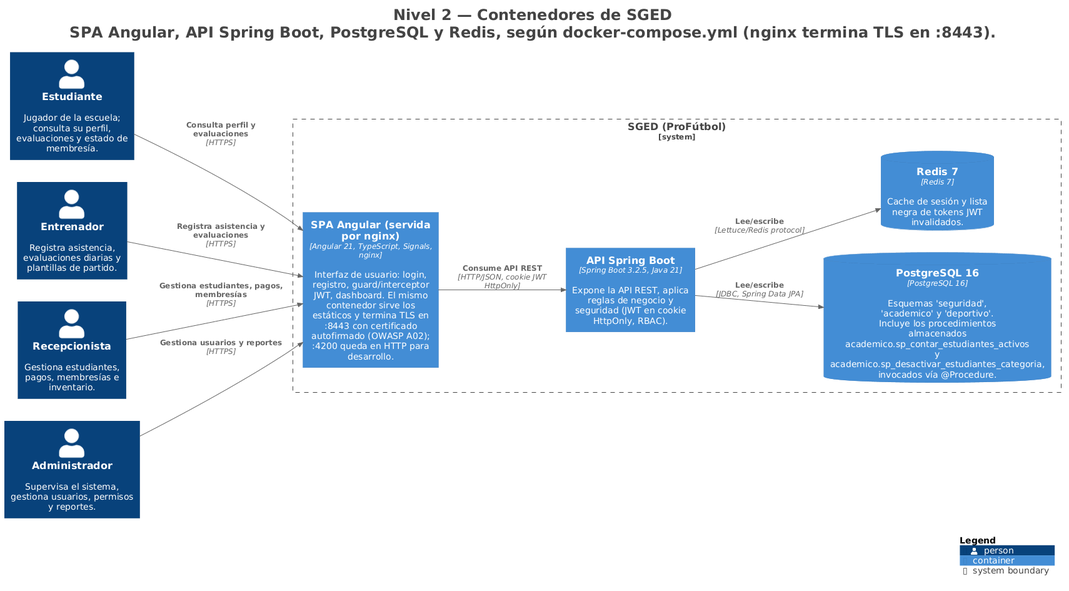
The PlantUML diagram docs/arquitectura/L2-contenedores.png in DarwinSM21/SGED_APPWEB, before a commit.
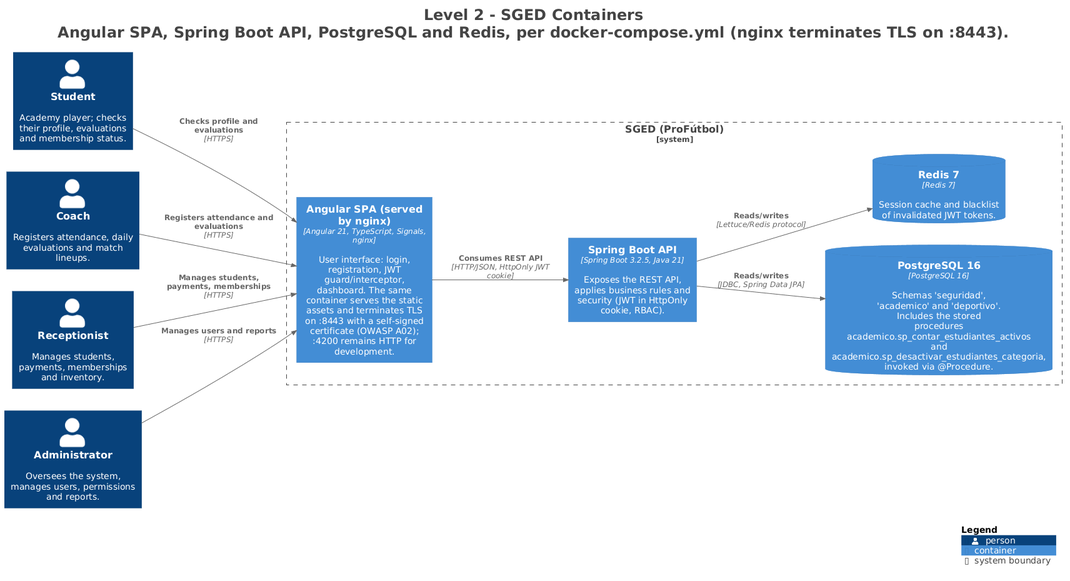
After the change.

Diff of the diagram source:
```diff
@@ -1,5 +1,5 @@
 @startuml
-title <size:24>Nivel 2 — Contenedores de SGED</size>\n<size:24>SPA Angular, API Spring Boot, PostgreSQL y Redis, según docker-compose.yml (nginx termina TLS en :8443).</size>
+title <size:24>Level 2 - SGED Containers</size>\n<size:24>Angular SPA, Spring Boot API, PostgreSQL and Redis, per docker-compose.yml (nginx terminates TLS on :8443).</size>
 
 set separator none
 left to right direction
@@ -15,25 +15,25 @@
 !include <C4/C4_Context>
 !include <C4/C4_Container>
 
-Person(Estudiante, "Estudiante", $descr="Jugador de la escuela; consulta su perfil, evaluaciones y estado de membresía.", $tags="", $link="")
-Person(Entrenador, "Entrenador", $descr="Registra asistencia, evaluaciones diarias y plantillas de partido.", $tags="", $link="")
-Person(Recepcionista, "Recepcionista", $descr="Gestiona estudiantes, pagos, membresías e inventario.", $tags="", $link="")
-Person(Administrador, "Administrador", $descr="Supervisa el sistema, gestiona usuarios, permisos y reportes.", $tags="", $link="")
+Person(Student, "Student", $descr="Academy player; checks their profile, evaluations and membership status.", $tags="", $link="")
+Person(Coach, "Coach", $descr="Registers attendance, daily evaluations and match lineups.", $tags="", $link="")
+Person(Receptionist, "Receptionist", $descr="Manages students, payments, memberships and inventory.", $tags="", $link="")
+Person(Administrator, "Administrator", $descr="Oversees the system, manages users, permissions and reports.", $tags="", $link="")
 
 System_Boundary("SGEDProFútbol_boundary", "SGED (ProFútbol)", $tags="") {
-  ContainerDb(SGEDProFútbol.PostgreSQL16, "PostgreSQL 16", $techn="PostgreSQL 16", $descr="Esquemas 'seguridad', 'academico' y 'deportivo'. Incluye los procedimientos almacenados academico.sp_contar_estudiantes_activos y academico.sp_desactivar_estudiantes_categoria, invocados vía @Procedure.", $tags="", $link="")
-  ContainerDb(SGEDProFútbol.Redis7, "Redis 7", $techn="Redis 7", $descr="Cache de sesión y lista negra de tokens JWT invalidados.", $tags="", $link="")
-  Container(SGEDProFútbol.SPAAngularservidapornginx, "SPA Angular (servida por nginx)", $techn="Angular 21, TypeScript, Signals, nginx", $descr="Interfaz de usuario: login, registro, guard/interceptor JWT, dashboard. El mismo contenedor sirve los estáticos y termina TLS en :8443 con certificado autofirmado (OWASP A02); :4200 queda en HTTP para desarrollo.", $tags="", $link="")
-  Container(SGEDProFútbol.APISpringBoot, "API Spring Boot", $techn="Spring Boot 3.2.5, Java 21", $descr="Expone la API REST, aplica reglas de negocio y seguridad (JWT en cookie HttpOnly, RBAC).", $tags="", $link="")
+  ContainerDb(SGEDProFútbol.PostgreSQL16, "PostgreSQL 16", $techn="PostgreSQL 16", $descr="Schemas 'seguridad', 'academico' and 'deportivo'. Includes the stored procedures academico.sp_contar_estudiantes_activos and academico.sp_desactivar_estudiantes_categoria, invoked via @Procedure.", $tags="", $link="")
+  ContainerDb(SGEDProFútbol.Redis7, "Redis 7", $techn="Redis 7", $descr="Session cache and blacklist of invalidated JWT tokens.", $tags="", $link="")
+  Container(SGEDProFútbol.AngularSPAservedbynginx, "Angular SPA (served by nginx)", $techn="Angular 21, TypeScript, Signals, nginx", $descr="User interface: login, registration, JWT guard/interceptor, dashboard. The same container serves the static assets and terminates TLS on :8443 with a self-signed certificate (OWASP A02); :4200 remains HTTP for development.", $tags="", $link="")
+  Container(SGEDProFútbol.SpringBootAPI, "Spring Boot API", $techn="Spring Boot 3.2.5, Java 21", $descr="Exposes the REST API, applies business rules and security (JWT in HttpOnly cookie, RBAC).", $tags="", $link="")
 }
 
-Rel(Estudiante, SGEDProFútbol.SPAAngularservidapornginx, "Consulta perfil y evaluaciones", $techn="HTTPS", $tags="", $link="")
-Rel(Entrenador, SGEDProFútbol.SPAAngularservidapornginx, "Registra asistencia y evaluaciones", $techn="HTTPS", $tags="", $link="")
-Rel(Recepcionista, SGEDProFútbol.SPAAngularservidapornginx, "Gestiona estudiantes, pagos, membresías", $techn="HTTPS", $tags="", $link="")
-Rel(Administrador, SGEDProFútbol.SPAAngularservidapornginx, "Gestiona usuarios y reportes", $techn="HTTPS", $tags="", $link="")
-Rel(SGEDProFútbol.SPAAngularservidapornginx, SGEDProFútbol.APISpringBoot, "Consume API REST", $techn="HTTP/JSON, cookie JWT HttpOnly", $tags="", $link="")
-Rel(SGEDProFútbol.APISpringBoot, SGEDProFútbol.PostgreSQL16, "Lee/escribe", $techn="JDBC, Spring Data JPA", $tags="", $link="")
-Rel(SGEDProFútbol.APISpringBoot, SGEDProFútbol.Redis7, "Lee/escribe", $techn="Lettuce/Redis protocol", $tags="", $link="")
+Rel(Student, SGEDProFútbol.AngularSPAservedbynginx, "Checks profile and evaluations", $techn="HTTPS", $tags="", $link="")
+Rel(Coach, SGEDProFútbol.AngularSPAservedbynginx, "Registers attendance and evaluations", $techn="HTTPS", $tags="", $link="")
+Rel(Receptionist, SGEDProFútbol.AngularSPAservedbynginx, "Manages students, payments, memberships", $techn="HTTPS", $tags="", $link="")
+Rel(Administrator, SGEDProFútbol.AngularSPAservedbynginx, "Manages users and reports", $techn="HTTPS", $tags="", $link="")
+Rel(SGEDProFútbol.AngularSPAservedbynginx, SGEDProFútbol.SpringBootAPI, "Consumes REST API", $techn="HTTP/JSON, HttpOnly JWT cookie", $tags="", $link="")
+Rel(SGEDProFútbol.SpringBootAPI, SGEDProFútbol.PostgreSQL16, "Reads/writes", $techn="JDBC, Spring Data JPA", $tags="", $link="")
+Rel(SGEDProFútbol.SpringBootAPI, SGEDProFútbol.Redis7, "Reads/writes", $techn="Lettuce/Redis protocol", $tags="", $link="")
 
 SHOW_LEGEND(true)
 hide stereotypes
```
